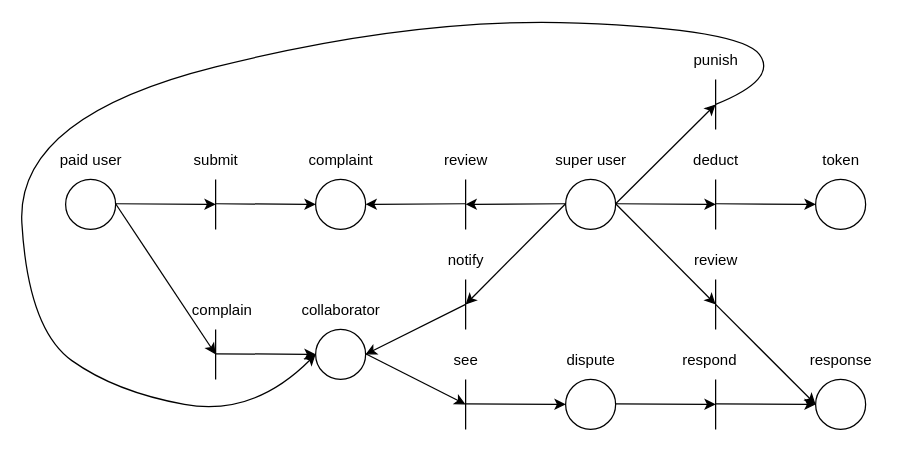
Earlier version of the draw.io diagram diagrams/Petri-Net Diagram for Complaint Handling.drawio (WenAlgo/An-LLM-based-cooperative-editor). Source tidied: cells renumbered, new cells numbered last; positions are measured from the earlier drawing's top-left corner, leaving out a move shared by most shapes. Both pictures are drawn from the tidied source at 125%, with x=0, y=0 at pixel (15, 16).
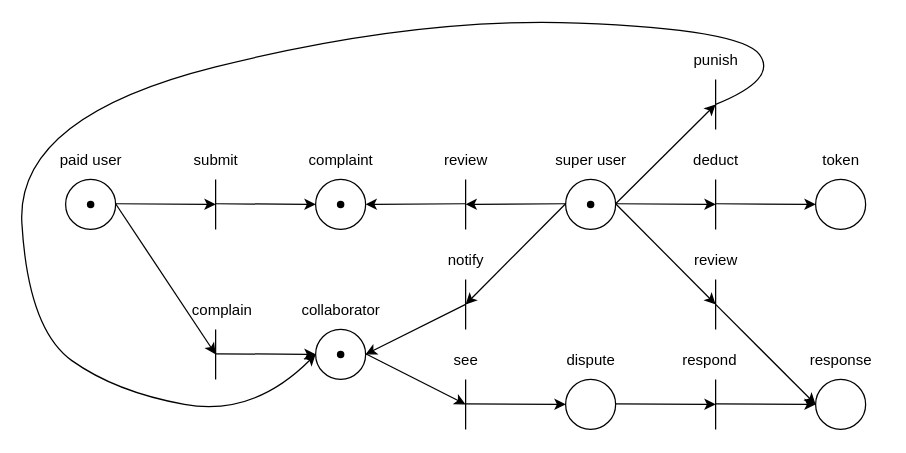
Above is the later version.

What changed in the source:
```diff
@@
+    <mxCell id="52" style="shape=waypoint;sketch=0;size=6;fillColor=none;perimeter=centerPerimeter;" parent="1" vertex="1">
+      <mxGeometry x="50" y="140" width="20" height="20" as="geometry" />
+    </mxCell>
+    <mxCell id="53" style="shape=waypoint;sketch=0;size=6;fillColor=none;perimeter=centerPerimeter;" parent="1" vertex="1">
+      <mxGeometry x="250" y="140" width="20" height="20" as="geometry" />
+    </mxCell>
+    <mxCell id="54" style="shape=waypoint;sketch=0;size=6;fillColor=none;perimeter=centerPerimeter;" parent="1" vertex="1">
+      <mxGeometry x="450" y="140" width="20" height="20" as="geometry" />
+    </mxCell>
+    <mxCell id="55" style="shape=waypoint;sketch=0;size=6;fillColor=none;perimeter=centerPerimeter;" parent="1" vertex="1">
+      <mxGeometry x="250" y="260" width="20" height="20" as="geometry" />
+    </mxCell>
```
